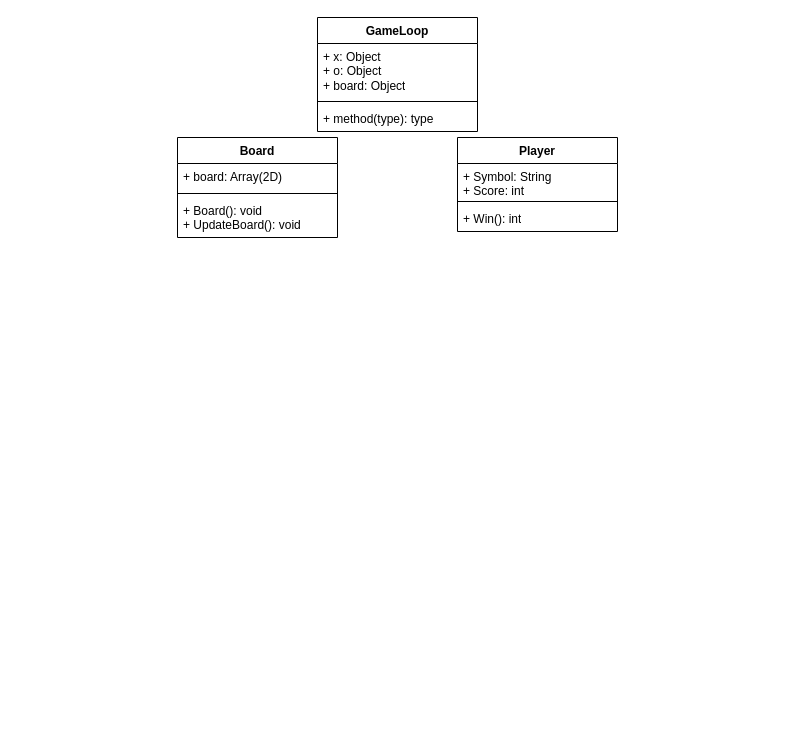
Above: TicTacTio.drawio in SkillSageDev/TicTacToe (draw.io), before the change. Source tidied: cells renumbered, new cells numbered last; positions are measured from the earlier drawing's top-left corner, leaving out a move shared by most shapes. Both pictures are drawn from the tidied source at 100%, with x=0, y=0 at pixel (177, 17).
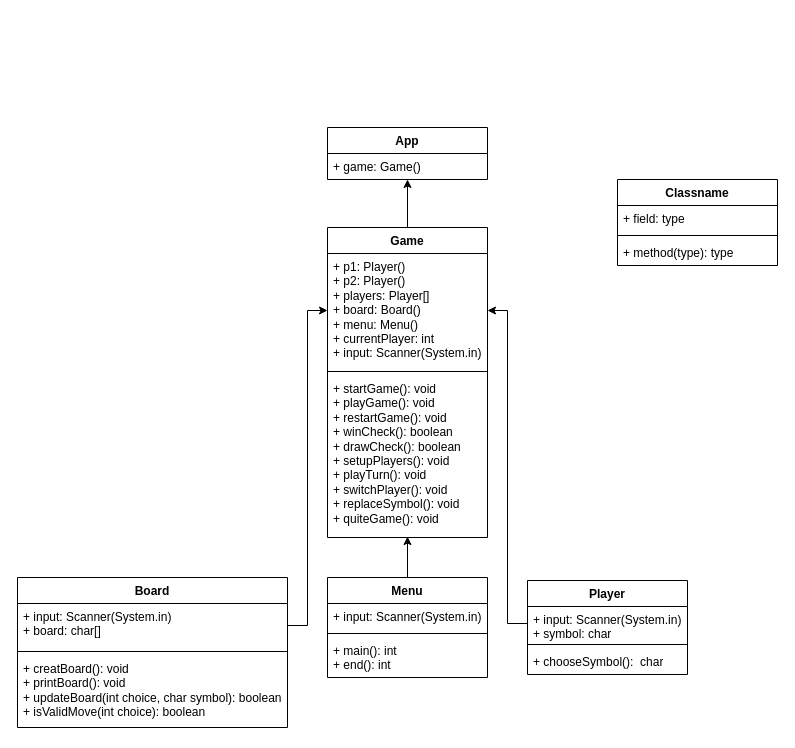
Above is the later version.

Commit message (it also covers changes not shown here):
updated TicTacTio.drawio, added some comments to board, game and menu.

What changed in the source:
```diff
@@
-    <mxCell id="2" value="GameLoop" style="swimlane;fontStyle=1;align=center;verticalAlign=top;horizontal=1;startSize=26;whiteSpace=wrap;html=1;" parent="1" vertex="1">
-      <mxGeometry x="140" width="160" height="114" as="geometry" />
+    <mxCell id="2" value="Game" style="swimlane;fontStyle=1;align=center;verticalAlign=top;horizontal=1;startSize=26;whiteSpace=wrap;html=1;" parent="1" vertex="1">
+      <mxGeometry x="150" y="210" width="160" height="310" as="geometry" />
     </mxCell>
-    <mxCell id="3" value="+ x: Object&lt;br&gt;+ o: Object&lt;br&gt;+ board: Object" style="text;strokeColor=none;fillColor=none;align=left;verticalAlign=top;spacingLeft=4;spacingRight=4;overflow=hidden;points=[[0,0.5],[1,0.5]];portConstraint=eastwest;whiteSpace=wrap;html=1;" parent="2" vertex="1">
-      <mxGeometry y="26" width="160" height="54" as="geometry" />
+    <mxCell id="3" value="+ p1: Player()&lt;br&gt;+ p2: Player()&lt;br&gt;+ players: Player[]&lt;br&gt;+ board: Board()&lt;br&gt;+ menu: Menu()&lt;br&gt;+ currentPlayer: int&lt;br&gt;+ input: Scanner(System.in)" style="text;strokeColor=none;fillColor=none;align=left;verticalAlign=top;spacingLeft=4;spacingRight=4;overflow=hidden;points=[[0,0.5],[1,0.5]];portConstraint=eastwest;whiteSpace=wrap;html=1;" parent="2" vertex="1">
+      <mxGeometry y="26" width="160" height="114" as="geometry" />
     </mxCell>
     <mxCell id="4" style="line;strokeWidth=1;fillColor=none;align=left;verticalAlign=middle;spacingTop=-1;spacingLeft=3;spacingRight=3;labelPosition=right;strokeColor=inherit;" parent="2" vertex="1">
-      <mxGeometry y="80" width="160" height="8" as="geometry" />
+      <mxGeometry y="140" width="160" height="8" as="geometry" />
     </mxCell>
-    <mxCell id="5" value="+ method(type): type" style="text;strokeColor=none;fillColor=none;align=left;verticalAlign=top;spacingLeft=4;spacingRight=4;overflow=hidden;points=[[0,0.5],[1,0.5]];portConstraint=eastwest;whiteSpace=wrap;html=1;" parent="2" vertex="1">
-      <mxGeometry y="88" width="160" height="26" as="geometry" />
+    <mxCell id="5" value="+ startGame(): void&lt;br&gt;+ playGame(): void&lt;br&gt;+ restartGame(): void&lt;br&gt;+ winCheck(): boolean&lt;br&gt;+ drawCheck(): boolean&lt;br&gt;+ setupPlayers(): void&lt;br&gt;+ playTurn(): void&lt;br&gt;+ switchPlayer(): void&lt;br&gt;+ replaceSymbol(): void&lt;br&gt;+ quiteGame(): void" style="text;strokeColor=none;fillColor=none;align=left;verticalAlign=top;spacingLeft=4;spacingRight=4;overflow=hidden;points=[[0,0.5],[1,0.5]];portConstraint=eastwest;whiteSpace=wrap;html=1;" parent="2" vertex="1">
+      <mxGeometry y="148" width="160" height="162" as="geometry" />
     </mxCell>
     <mxCell id="6" value="Board" style="swimlane;fontStyle=1;align=center;verticalAlign=top;horizontal=1;startSize=26;whiteSpace=wrap;html=1;" parent="1" vertex="1">
-      <mxGeometry y="120" width="160" height="100" as="geometry" />
+      <mxGeometry x="-160" y="560" width="270" height="150" as="geometry" />
     </mxCell>
-    <mxCell id="7" value="+ board: Array(2D)" style="text;strokeColor=none;fillColor=none;align=left;verticalAlign=top;spacingLeft=4;spacingRight=4;overflow=hidden;points=[[0,0.5],[1,0.5]];portConstraint=eastwest;whiteSpace=wrap;html=1;" parent="6" vertex="1">
-      <mxGeometry y="26" width="160" height="26" as="geometry" />
+    <mxCell id="7" value="+ input: Scanner(System.in)&lt;br&gt;+ board: char[]" style="text;strokeColor=none;fillColor=none;align=left;verticalAlign=top;spacingLeft=4;spacingRight=4;overflow=hidden;points=[[0,0.5],[1,0.5]];portConstraint=eastwest;whiteSpace=wrap;html=1;" parent="6" vertex="1">
+      <mxGeometry y="26" width="270" height="44" as="geometry" />
     </mxCell>
     <mxCell id="8" style="line;strokeWidth=1;fillColor=none;align=left;verticalAlign=middle;spacingTop=-1;spacingLeft=3;spacingRight=3;labelPosition=right;strokeColor=inherit;" parent="6" vertex="1">
-      <mxGeometry y="52" width="160" height="8" as="geometry" />
+      <mxGeometry y="70" width="270" height="8" as="geometry" />
     </mxCell>
-    <mxCell id="9" value="+ Board(): void&lt;br&gt;+ UpdateBoard(): void" style="text;strokeColor=none;fillColor=none;align=left;verticalAlign=top;spacingLeft=4;spacingRight=4;overflow=hidden;whiteSpace=wrap;html=1;" parent="6" vertex="1">
-      <mxGeometry y="60" width="160" height="40" as="geometry" />
+    <mxCell id="9" value="+ creatBoard(): void&lt;br style=&quot;border-color: var(--border-color);&quot;&gt;+ printBoard(): void&lt;br&gt;+ updateBoard(int choice, char symbol): boolean&lt;br style=&quot;border-color: var(--border-color);&quot;&gt;+ isValidMove(int choice): boolean" style="text;strokeColor=none;fillColor=none;align=left;verticalAlign=top;spacingLeft=4;spacingRight=4;overflow=hidden;whiteSpace=wrap;html=1;" parent="6" vertex="1">
+      <mxGeometry y="78" width="270" height="72" as="geometry" />
     </mxCell>
     <mxCell id="10" value="Player" style="swimlane;fontStyle=1;align=center;verticalAlign=top;horizontal=1;startSize=26;whiteSpace=wrap;html=1;" parent="1" vertex="1">
-      <mxGeometry x="280" y="120" width="160" height="94" as="geometry" />
+      <mxGeometry x="350" y="563" width="160" height="94" as="geometry" />
     </mxCell>
-    <mxCell id="11" value="+ Symbol: String&lt;br&gt;+ Score: int" style="text;strokeColor=none;fillColor=none;align=left;verticalAlign=top;spacingLeft=4;spacingRight=4;overflow=hidden;points=[[0,0.5],[1,0.5]];portConstraint=eastwest;whiteSpace=wrap;html=1;" parent="10" vertex="1">
+    <mxCell id="11" value="+ input: Scanner(System.in)&lt;br&gt;+ symbol: char" style="text;strokeColor=none;fillColor=none;align=left;verticalAlign=top;spacingLeft=4;spacingRight=4;overflow=hidden;points=[[0,0.5],[1,0.5]];portConstraint=eastwest;whiteSpace=wrap;html=1;" parent="10" vertex="1">
       <mxGeometry y="26" width="160" height="34" as="geometry" />
     </mxCell>
@@
-    <mxCell id="13" value="+ Win(): int" style="text;strokeColor=none;fillColor=none;align=left;verticalAlign=top;spacingLeft=4;spacingRight=4;overflow=hidden;whiteSpace=wrap;html=1;" parent="10" vertex="1">
+    <mxCell id="13" value="+ chooseSymbol():&amp;nbsp; char" style="text;strokeColor=none;fillColor=none;align=left;verticalAlign=top;spacingLeft=4;spacingRight=4;overflow=hidden;whiteSpace=wrap;html=1;" parent="10" vertex="1">
       <mxGeometry y="68" width="160" height="26" as="geometry" />
     </mxCell>
+    <mxCell id="14" style="edgeStyle=orthogonalEdgeStyle;rounded=0;jettySize=auto;html=1;entryX=0.5;entryY=0.994;entryDx=0;entryDy=0;entryPerimeter=0;" parent="1" edge="1" source="15" target="5">
+      <mxGeometry relative="1" as="geometry" />
+    </mxCell>
+    <mxCell id="15" value="Menu" style="swimlane;fontStyle=1;align=center;verticalAlign=top;horizontal=1;startSize=26;whiteSpace=wrap;html=1;" parent="1" vertex="1">
+      <mxGeometry x="150" y="560" width="160" height="100" as="geometry" />
+    </mxCell>
+    <mxCell id="16" value="+ input: Scanner(System.in)" style="text;strokeColor=none;fillColor=none;align=left;verticalAlign=top;spacingLeft=4;spacingRight=4;overflow=hidden;whiteSpace=wrap;html=1;" parent="15" vertex="1">
+      <mxGeometry y="26" width="160" height="26" as="geometry" />
+    </mxCell>
+    <mxCell id="17" style="line;strokeWidth=1;fillColor=none;align=left;verticalAlign=middle;spacingTop=-1;spacingLeft=3;spacingRight=3;labelPosition=right;strokeColor=inherit;" parent="15" vertex="1">
+      <mxGeometry y="52" width="160" height="8" as="geometry" />
+    </mxCell>
+    <mxCell id="18" value="+ main(): int&lt;br&gt;+ end(): int" style="text;strokeColor=none;fillColor=none;align=left;verticalAlign=top;spacingLeft=4;spacingRight=4;overflow=hidden;whiteSpace=wrap;html=1;" parent="15" vertex="1">
+      <mxGeometry y="60" width="160" height="40" as="geometry" />
+    </mxCell>
+    <mxCell id="19" value="App" style="swimlane;fontStyle=1;align=center;verticalAlign=top;horizontal=1;startSize=26;whiteSpace=wrap;html=1;" parent="1" vertex="1">
+      <mxGeometry x="150" y="110" width="160" height="52" as="geometry" />
+    </mxCell>
+    <mxCell id="20" value="+ game: Game()" style="text;strokeColor=none;fillColor=none;align=left;verticalAlign=top;spacingLeft=4;spacingRight=4;overflow=hidden;points=[[0,0.5],[1,0.5]];portConstraint=eastwest;whiteSpace=wrap;html=1;" parent="19" vertex="1">
+      <mxGeometry y="26" width="160" height="26" as="geometry" />
+    </mxCell>
+    <mxCell id="21" style="edgeStyle=orthogonalEdgeStyle;rounded=0;jettySize=auto;html=1;entryX=1;entryY=0.5;entryDx=0;entryDy=0;" parent="1" edge="1" source="11" target="3">
+      <mxGeometry relative="1" as="geometry" />
+    </mxCell>
+    <mxCell id="22" style="edgeStyle=orthogonalEdgeStyle;rounded=0;jettySize=auto;html=1;" parent="1" edge="1" source="7" target="3">
+      <mxGeometry relative="1" as="geometry" />
+    </mxCell>
+    <mxCell id="23" style="edgeStyle=orthogonalEdgeStyle;rounded=0;jettySize=auto;html=1;entryX=0.5;entryY=1;entryDx=0;entryDy=0;entryPerimeter=0;" parent="1" edge="1" source="2" target="20">
+      <mxGeometry relative="1" as="geometry" />
+    </mxCell>
+    <mxCell id="24" value="Classname" style="swimlane;fontStyle=1;align=center;verticalAlign=top;horizontal=1;startSize=26;whiteSpace=wrap;html=1;" parent="1" vertex="1">
+      <mxGeometry x="440" y="162" width="160" height="86" as="geometry" />
+    </mxCell>
+    <mxCell id="25" value="+ field: type" style="text;strokeColor=none;fillColor=none;align=left;verticalAlign=top;spacingLeft=4;spacingRight=4;overflow=hidden;whiteSpace=wrap;html=1;" parent="24" vertex="1">
+      <mxGeometry y="26" width="160" height="26" as="geometry" />
+    </mxCell>
+    <mxCell id="26" style="line;strokeWidth=1;fillColor=none;align=left;verticalAlign=middle;spacingTop=-1;spacingLeft=3;spacingRight=3;labelPosition=right;strokeColor=inherit;" parent="24" vertex="1">
+      <mxGeometry y="52" width="160" height="8" as="geometry" />
+    </mxCell>
+    <mxCell id="27" value="+ method(type): type" style="text;strokeColor=none;fillColor=none;align=left;verticalAlign=top;spacingLeft=4;spacingRight=4;overflow=hidden;whiteSpace=wrap;html=1;" parent="24" vertex="1">
+      <mxGeometry y="60" width="160" height="26" as="geometry" />
+    </mxCell>
```
